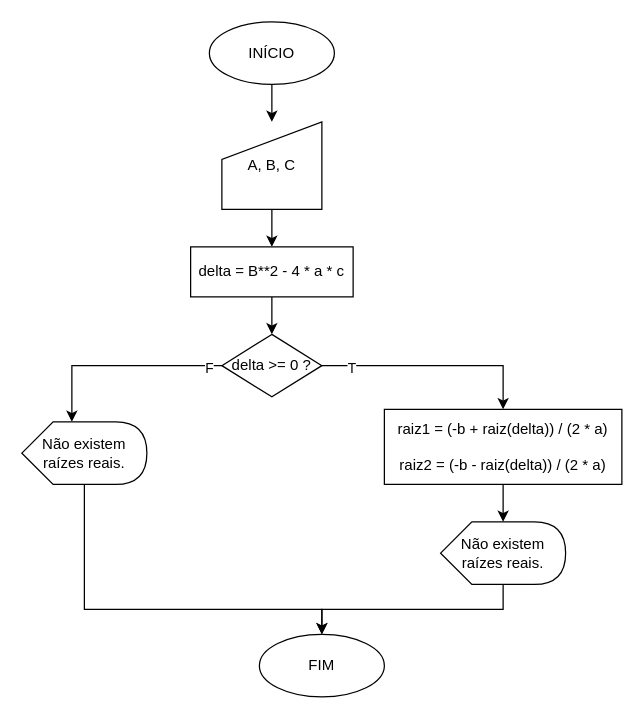
The draw.io diagram page "Ex04" (3 of 5) of aula-lab005_006-05mar-24/Se Então.drawio in alexandreraminelli/imt-tti103_logica_de_programacao-python, before the edit. Source tidied: cells renumbered, new cells numbered last; positions are measured from the earlier drawing's top-left corner, leaving out a move shared by most shapes. Both pictures are drawn from the tidied source at 125%, with x=0, y=0 at pixel (21, 21).
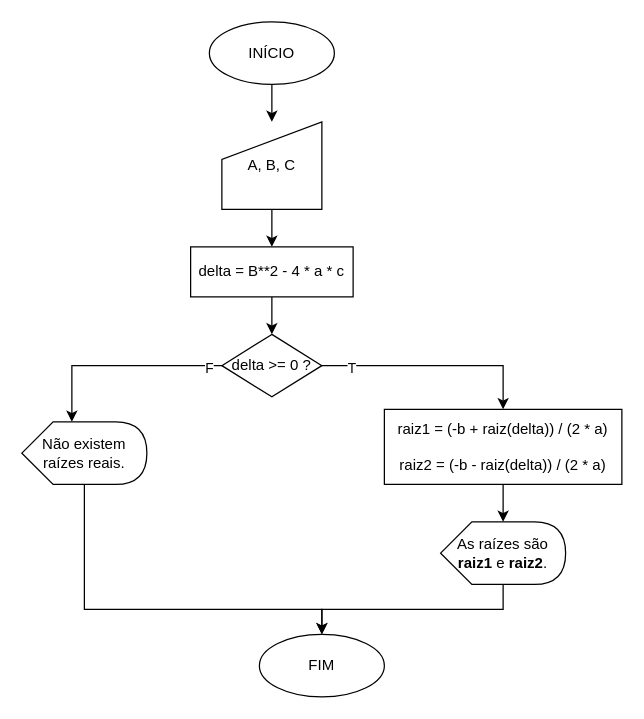
Above is the later version.

Diff of the diagram source:
```diff
@@
-    <mxCell id="17" value="Não existem raízes reais." style="shape=display;whiteSpace=wrap;html=1;" parent="1" vertex="1">
+    <mxCell id="17" value="As raízes são &lt;b&gt;raiz1&lt;/b&gt;&amp;nbsp;e &lt;b&gt;raiz2&lt;/b&gt;." style="shape=display;whiteSpace=wrap;html=1;" parent="1" vertex="1">
       <mxGeometry x="335" y="400" width="100" height="50" as="geometry" />
     </mxCell>
```
